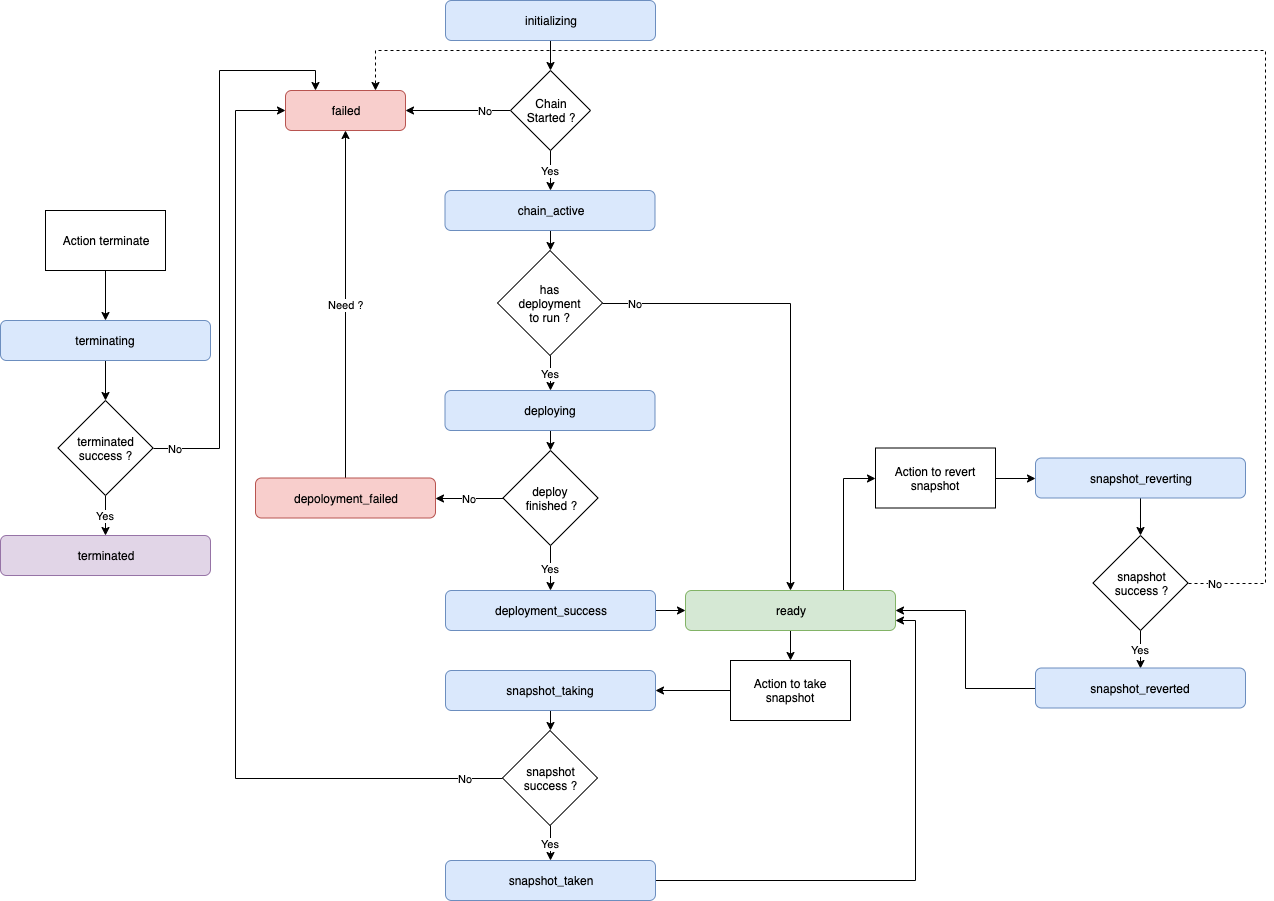
Above: statuses_flow.png in makerdao/staxx (draw.io), before the change. Source tidied: cells renumbered, new cells last; positions are measured from the earlier drawing's top-left corner, leaving out a move shared by most shapes.
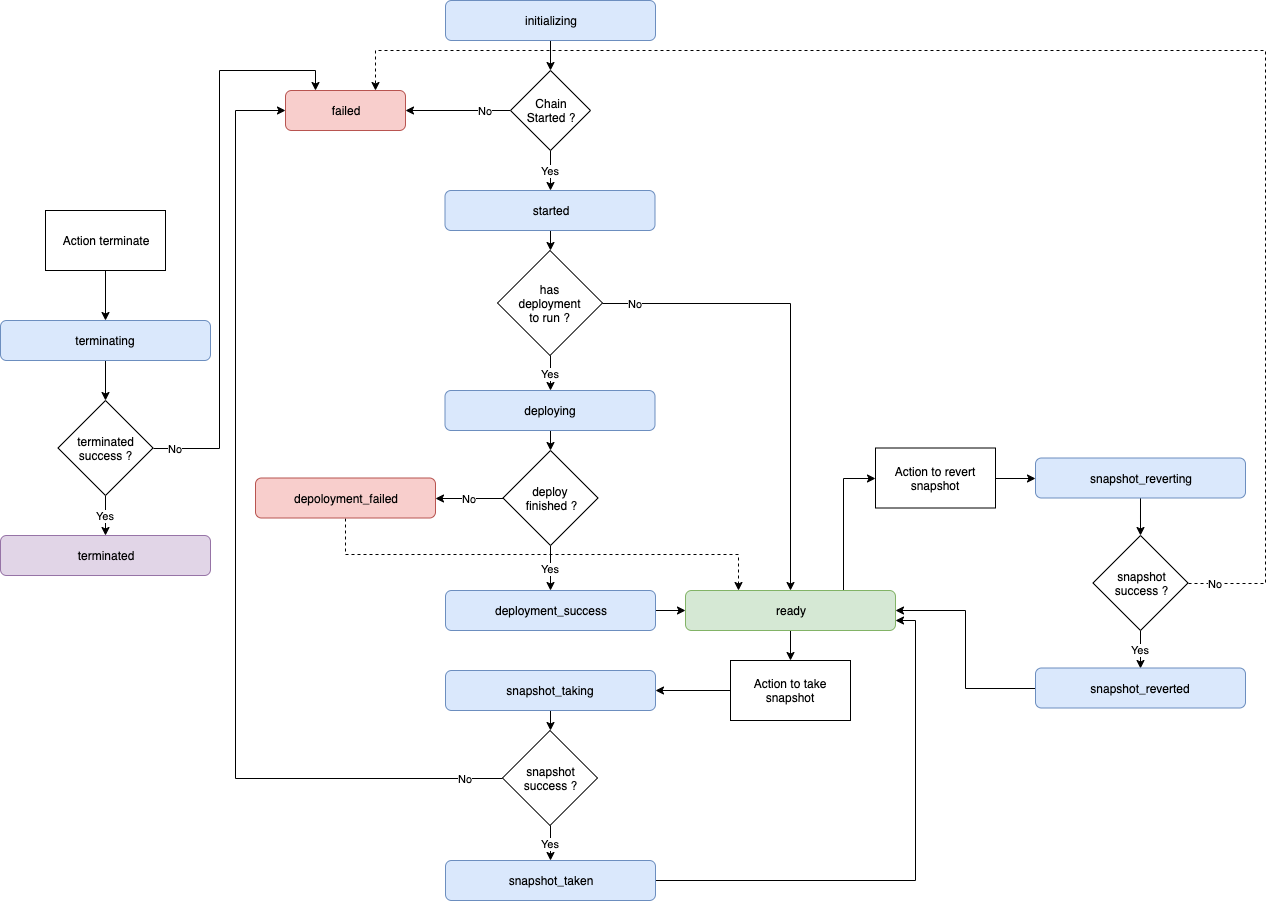
The same file after the commit.

Commit message:
STAX-80 run deployment on fresh started EVM

The edit, as a diff of the source:
```diff
@@ -14,7 +14,7 @@
     <mxCell id="5" style="edgeStyle=orthogonalEdgeStyle;rounded=0;jettySize=auto;html=1;exitX=0.5;exitY=1;exitDx=0;exitDy=0;entryX=0.5;entryY=0;entryDx=0;entryDy=0;" parent="1" edge="1" source="6" target="11">
       <mxGeometry relative="1" as="geometry" />
     </mxCell>
-    <mxCell id="6" value="chain_active" style="rounded=1;whiteSpace=wrap;html=1;fillColor=#dae8fc;strokeColor=#6c8ebf;" parent="1" vertex="1">
+    <mxCell id="6" value="started" style="rounded=1;whiteSpace=wrap;html=1;fillColor=#dae8fc;strokeColor=#6c8ebf;" parent="1" vertex="1">
       <mxGeometry x="444.5" y="190" width="210" height="40" as="geometry" />
     </mxCell>
     <mxCell id="7" style="edgeStyle=orthogonalEdgeStyle;rounded=0;jettySize=auto;html=1;exitX=0.5;exitY=1;exitDx=0;exitDy=0;entryX=0.5;entryY=0;entryDx=0;entryDy=0;" parent="1" edge="1" source="8" target="17">
@@ -56,9 +56,9 @@
     <mxCell id="19" value="deployment_success" style="rounded=1;whiteSpace=wrap;html=1;fillColor=#dae8fc;strokeColor=#6c8ebf;" parent="1" vertex="1">
       <mxGeometry x="445" y="590" width="210" height="40" as="geometry" />
     </mxCell>
-    <mxCell id="20" value="Need ?" style="edgeStyle=orthogonalEdgeStyle;rounded=0;jettySize=auto;html=1;exitX=0.5;exitY=0;exitDx=0;exitDy=0;entryX=0.5;entryY=1;entryDx=0;entryDy=0;" parent="1" edge="1" source="21" target="4">
-      <mxGeometry relative="1" as="geometry" />
-    </mxCell>
+    <mxCell id="51" style="edgeStyle=orthogonalEdgeStyle;rounded=0;jettySize=auto;html=1;exitX=0.5;exitY=1;exitDx=0;exitDy=0;entryX=0.25;entryY=0;entryDx=0;entryDy=0;dashed=1;" parent="1" edge="1" source="21" target="14">
+      <mxGeometry relative="1" as="geometry" />
+    </mxCell>
     <mxCell id="21" value="depoloyment_failed" style="rounded=1;whiteSpace=wrap;html=1;fillColor=#f8cecc;strokeColor=#b85450;" parent="1" vertex="1">
       <mxGeometry x="255" y="477.5" width="180" height="40" as="geometry" />
     </mxCell>
```
